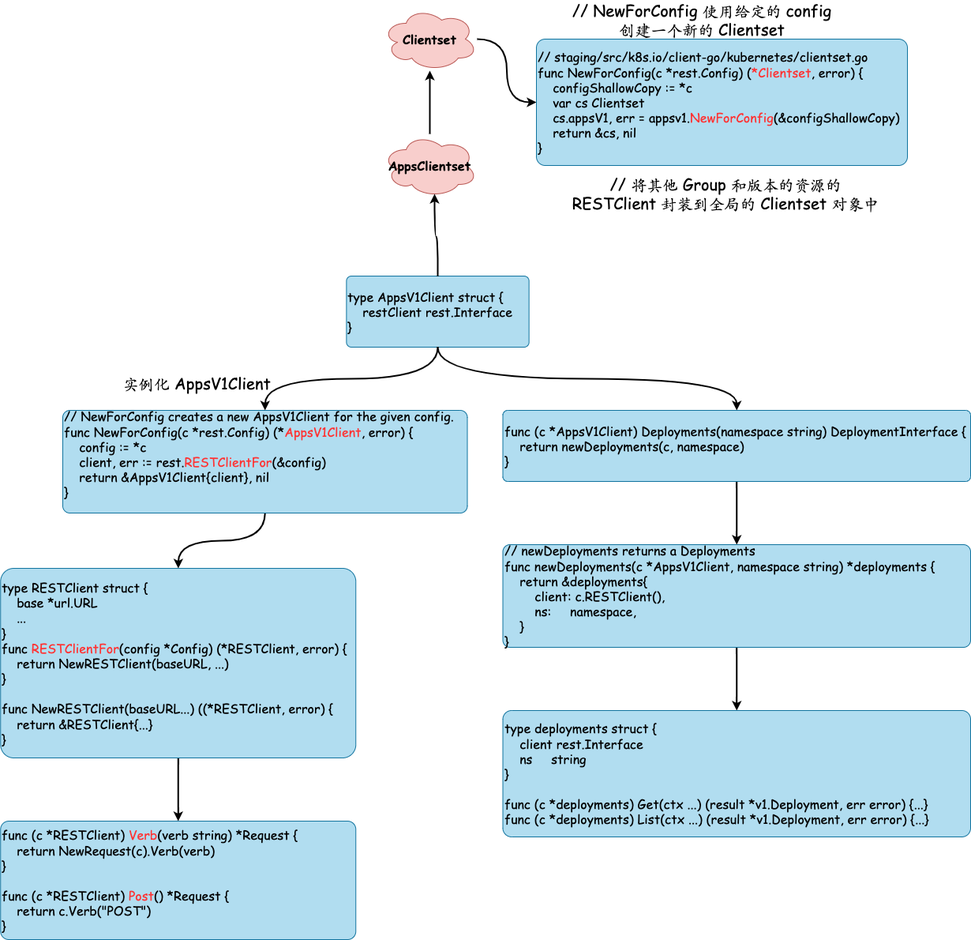
Above: book_sources/images/k8s-clientset-2.drawio.png in Git-Kyro/gitbook (draw.io), before the change. Source tidied: cells renumbered, new cells last; positions are measured from the earlier drawing's top-left corner, leaving out a move shared by most shapes.
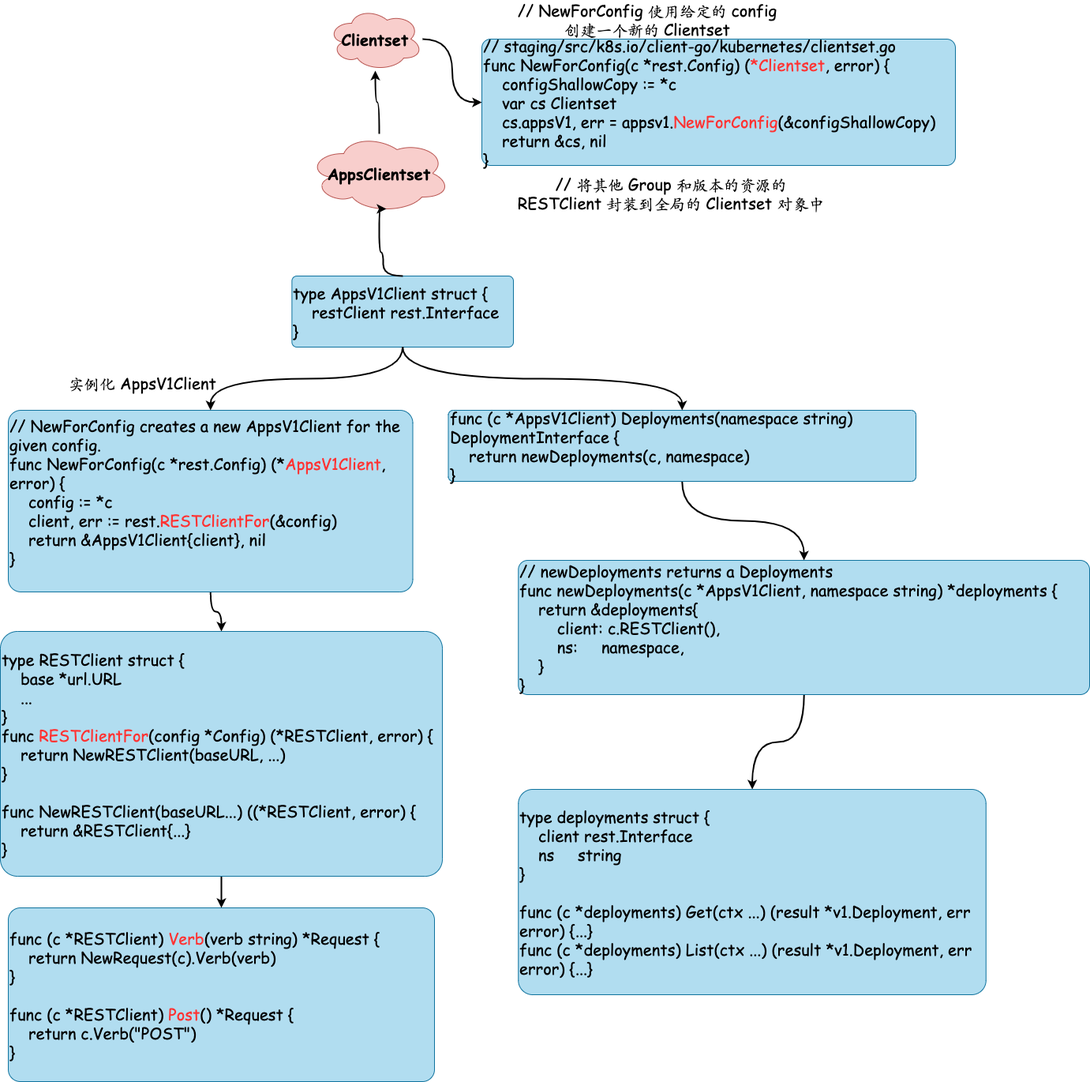
Later version of the same file.

What changed in the source:
```diff
@@ -7,4 +7,4 @@
     </mxCell>
-    <mxCell id="3" value="&lt;font size=&quot;1&quot;&gt;&lt;b style=&quot;font-size: 16px&quot;&gt;AppsClientset&lt;/b&gt;&lt;/font&gt;" style="ellipse;shape=cloud;whiteSpace=wrap;html=1;fontFamily=Comic Sans MS;align=center;fillColor=#f8cecc;strokeColor=#b85450;rounded=1;arcSize=7;" parent="1" vertex="1">
-      <mxGeometry x="484" y="160" width="120" height="80" as="geometry" />
+    <mxCell id="3" value="&lt;font size=&quot;1&quot;&gt;&lt;b style=&quot;font-size: 20px&quot;&gt;AppsClientset&lt;/b&gt;&lt;/font&gt;" style="ellipse;shape=cloud;whiteSpace=wrap;html=1;fontFamily=Comic Sans MS;align=center;fillColor=#f8cecc;strokeColor=#b85450;rounded=1;arcSize=7;" parent="1" vertex="1">
+      <mxGeometry x="459" y="160" width="180" height="100" as="geometry" />
     </mxCell>
@@ -16,7 +16,7 @@
     </mxCell>
-    <mxCell id="6" value="&lt;font size=&quot;1&quot;&gt;&lt;b style=&quot;font-size: 16px&quot;&gt;Clientset&lt;/b&gt;&lt;/font&gt;" style="ellipse;shape=cloud;whiteSpace=wrap;html=1;fontFamily=Comic Sans MS;align=center;fillColor=#f8cecc;strokeColor=#b85450;rounded=1;arcSize=7;" parent="1" vertex="1">
+    <mxCell id="6" value="&lt;font size=&quot;1&quot;&gt;&lt;b style=&quot;font-size: 20px&quot;&gt;Clientset&lt;/b&gt;&lt;/font&gt;" style="ellipse;shape=cloud;whiteSpace=wrap;html=1;fontFamily=Comic Sans MS;align=center;fillColor=#f8cecc;strokeColor=#b85450;rounded=1;arcSize=7;" parent="1" vertex="1">
       <mxGeometry x="484" width="120" height="80" as="geometry" />
     </mxCell>
-    <mxCell id="7" value="&lt;div style=&quot;font-size: 16px&quot;&gt;&lt;font style=&quot;font-size: 16px&quot;&gt;// staging/src/k8s.io/client-go/kubernetes/clientset.go&lt;/font&gt;&lt;/div&gt;&lt;div style=&quot;font-size: 16px&quot;&gt;&lt;font style=&quot;font-size: 16px&quot;&gt;func NewForConfig(c *rest.Config) (&lt;font color=&quot;#ff3333&quot; style=&quot;font-size: 16px&quot;&gt;*Clientset&lt;/font&gt;, error) {&lt;/font&gt;&lt;/div&gt;&lt;div style=&quot;font-size: 16px&quot;&gt;&lt;font style=&quot;font-size: 16px&quot;&gt;&amp;nbsp; &amp;nbsp; configShallowCopy := *c&lt;/font&gt;&lt;/div&gt;&lt;div style=&quot;font-size: 16px&quot;&gt;&lt;font style=&quot;font-size: 16px&quot;&gt;&amp;nbsp; &amp;nbsp; var cs Clientset&lt;/font&gt;&lt;/div&gt;&lt;div style=&quot;font-size: 16px&quot;&gt;&lt;font style=&quot;font-size: 16px&quot;&gt;&amp;nbsp; &amp;nbsp; cs.appsV1, err = appsv1.&lt;font color=&quot;#ff3333&quot; style=&quot;font-size: 16px&quot;&gt;NewForConfig&lt;/font&gt;(&amp;amp;configShallowCopy)&lt;/font&gt;&lt;/div&gt;&lt;div style=&quot;font-size: 16px&quot;&gt;&lt;font style=&quot;font-size: 16px&quot;&gt;&amp;nbsp; &amp;nbsp; return &amp;amp;cs, nil&lt;/font&gt;&lt;/div&gt;&lt;div style=&quot;font-size: 16px&quot;&gt;&lt;font style=&quot;font-size: 16px&quot;&gt;}&lt;/font&gt;&lt;/div&gt;" style="rounded=1;whiteSpace=wrap;html=1;fontFamily=Comic Sans MS;fillColor=#b1ddf0;strokeColor=#10739e;arcSize=7;align=left;" parent="1" vertex="1">
-      <mxGeometry x="679" y="40" width="470" height="160" as="geometry" />
+    <mxCell id="7" value="&lt;div style=&quot;font-size: 20px&quot;&gt;&lt;font style=&quot;font-size: 20px&quot;&gt;// staging/src/k8s.io/client-go/kubernetes/clientset.go&lt;/font&gt;&lt;/div&gt;&lt;div style=&quot;font-size: 20px&quot;&gt;&lt;font style=&quot;font-size: 20px&quot;&gt;func NewForConfig(c *rest.Config) (&lt;font color=&quot;#ff3333&quot; style=&quot;font-size: 20px&quot;&gt;*Clientset&lt;/font&gt;, error) {&lt;/font&gt;&lt;/div&gt;&lt;div style=&quot;font-size: 20px&quot;&gt;&lt;font style=&quot;font-size: 20px&quot;&gt;&amp;nbsp; &amp;nbsp; configShallowCopy := *c&lt;/font&gt;&lt;/div&gt;&lt;div style=&quot;font-size: 20px&quot;&gt;&lt;font style=&quot;font-size: 20px&quot;&gt;&amp;nbsp; &amp;nbsp; var cs Clientset&lt;/font&gt;&lt;/div&gt;&lt;div style=&quot;font-size: 20px&quot;&gt;&lt;font style=&quot;font-size: 20px&quot;&gt;&amp;nbsp; &amp;nbsp; cs.appsV1, err = appsv1.&lt;font color=&quot;#ff3333&quot; style=&quot;font-size: 20px&quot;&gt;NewForConfig&lt;/font&gt;(&amp;amp;configShallowCopy)&lt;/font&gt;&lt;/div&gt;&lt;div style=&quot;font-size: 20px&quot;&gt;&lt;font style=&quot;font-size: 20px&quot;&gt;&amp;nbsp; &amp;nbsp; return &amp;amp;cs, nil&lt;/font&gt;&lt;/div&gt;&lt;div style=&quot;font-size: 20px&quot;&gt;&lt;font style=&quot;font-size: 20px&quot;&gt;}&lt;/font&gt;&lt;/div&gt;" style="rounded=1;whiteSpace=wrap;html=1;fontFamily=Comic Sans MS;fillColor=#b1ddf0;strokeColor=#10739e;arcSize=7;align=left;" parent="1" vertex="1">
+      <mxGeometry x="679" y="40" width="600" height="160" as="geometry" />
     </mxCell>
@@ -25,4 +25,4 @@
     </mxCell>
-    <mxCell id="9" value="&lt;div style=&quot;font-size: 16px&quot;&gt;&lt;font style=&quot;font-size: 16px&quot;&gt;// NewForConfig creates a new AppsV1Client for the given config.&lt;/font&gt;&lt;/div&gt;&lt;div style=&quot;font-size: 16px&quot;&gt;&lt;font style=&quot;font-size: 16px&quot;&gt;func NewForConfig(c *rest.Config) (*&lt;font color=&quot;#ff3333&quot; style=&quot;font-size: 16px&quot;&gt;AppsV1Client&lt;/font&gt;, error) {&lt;/font&gt;&lt;/div&gt;&lt;div style=&quot;font-size: 16px&quot;&gt;&lt;font style=&quot;font-size: 16px&quot;&gt;&amp;nbsp; &amp;nbsp; config := *c&lt;/font&gt;&lt;/div&gt;&lt;div style=&quot;font-size: 16px&quot;&gt;&lt;font style=&quot;font-size: 16px&quot;&gt;&amp;nbsp; &amp;nbsp; client, err := rest.&lt;font color=&quot;#ff3333&quot; style=&quot;font-size: 16px&quot;&gt;RESTClientFor&lt;/font&gt;(&amp;amp;config)&lt;/font&gt;&lt;/div&gt;&lt;div style=&quot;font-size: 16px&quot;&gt;&lt;font style=&quot;font-size: 16px&quot;&gt;&amp;nbsp; &amp;nbsp; return &amp;amp;AppsV1Client{client}, nil&lt;/font&gt;&lt;/div&gt;&lt;div style=&quot;font-size: 16px&quot;&gt;&lt;font style=&quot;font-size: 16px&quot;&gt;}&lt;/font&gt;&lt;/div&gt;&lt;div style=&quot;font-size: 16px&quot;&gt;&lt;br&gt;&lt;/div&gt;" style="whiteSpace=wrap;html=1;fontFamily=Comic Sans MS;fillColor=#b1ddf0;strokeColor=#10739e;rounded=1;arcSize=7;align=left;" parent="1" vertex="1">
-      <mxGeometry x="79" y="510" width="512.5" height="130" as="geometry" />
+    <mxCell id="9" value="&lt;div style=&quot;font-size: 20px&quot;&gt;&lt;font style=&quot;font-size: 20px&quot;&gt;// NewForConfig creates a new AppsV1Client for the given config.&lt;/font&gt;&lt;/div&gt;&lt;div style=&quot;font-size: 20px&quot;&gt;&lt;font style=&quot;font-size: 20px&quot;&gt;func NewForConfig(c *rest.Config) (*&lt;font color=&quot;#ff3333&quot; style=&quot;font-size: 20px&quot;&gt;AppsV1Client&lt;/font&gt;, error) {&lt;/font&gt;&lt;/div&gt;&lt;div style=&quot;font-size: 20px&quot;&gt;&lt;font style=&quot;font-size: 20px&quot;&gt;&amp;nbsp; &amp;nbsp; config := *c&lt;/font&gt;&lt;/div&gt;&lt;div style=&quot;font-size: 20px&quot;&gt;&lt;font style=&quot;font-size: 20px&quot;&gt;&amp;nbsp; &amp;nbsp; client, err := rest.&lt;font color=&quot;#ff3333&quot; style=&quot;font-size: 20px&quot;&gt;RESTClientFor&lt;/font&gt;(&amp;amp;config)&lt;/font&gt;&lt;/div&gt;&lt;div style=&quot;font-size: 20px&quot;&gt;&lt;font style=&quot;font-size: 20px&quot;&gt;&amp;nbsp; &amp;nbsp; return &amp;amp;AppsV1Client{client}, nil&lt;/font&gt;&lt;/div&gt;&lt;div style=&quot;font-size: 20px&quot;&gt;&lt;font style=&quot;font-size: 20px&quot;&gt;}&lt;/font&gt;&lt;/div&gt;&lt;div style=&quot;font-size: 20px&quot;&gt;&lt;br&gt;&lt;/div&gt;" style="whiteSpace=wrap;html=1;fontFamily=Comic Sans MS;fillColor=#b1ddf0;strokeColor=#10739e;rounded=1;arcSize=7;align=left;" parent="1" vertex="1">
+      <mxGeometry x="79" y="510" width="512.5" height="230" as="geometry" />
     </mxCell>
@@ -31,4 +31,4 @@
     </mxCell>
-    <mxCell id="11" value="&lt;div&gt;&lt;div&gt;&lt;span style=&quot;font-size: 16px&quot;&gt;type RESTClient struct {&lt;/span&gt;&lt;/div&gt;&lt;div&gt;&lt;span style=&quot;font-size: 16px&quot;&gt;&amp;nbsp; &amp;nbsp; base *url.URL&lt;/span&gt;&lt;/div&gt;&lt;div&gt;&lt;span style=&quot;font-size: 16px&quot;&gt;&amp;nbsp; &amp;nbsp; ...&lt;/span&gt;&lt;/div&gt;&lt;div&gt;&lt;span style=&quot;font-size: 16px&quot;&gt;}&lt;/span&gt;&lt;/div&gt;&lt;div&gt;&lt;span style=&quot;font-size: 16px&quot;&gt;func &lt;font color=&quot;#ff3333&quot;&gt;RESTClientFor&lt;/font&gt;(config *Config) (*RESTClient, error) {&lt;/span&gt;&lt;/div&gt;&lt;div&gt;&lt;span style=&quot;font-size: 16px&quot;&gt;&amp;nbsp; &amp;nbsp; return NewRESTClient(baseURL, ...)&lt;/span&gt;&lt;/div&gt;&lt;div&gt;&lt;span style=&quot;font-size: 16px&quot;&gt;}&lt;/span&gt;&lt;/div&gt;&lt;div&gt;&lt;span style=&quot;font-size: 16px&quot;&gt;&lt;br&gt;&lt;/span&gt;&lt;/div&gt;&lt;div&gt;&lt;span style=&quot;font-size: 16px&quot;&gt;func NewRESTClient(baseURL...) ((*RESTClient, error) {&lt;/span&gt;&lt;/div&gt;&lt;div&gt;&lt;span style=&quot;font-size: 16px&quot;&gt;&amp;nbsp; &amp;nbsp; return &amp;amp;RESTClient{...}&lt;/span&gt;&lt;/div&gt;&lt;div&gt;&lt;span style=&quot;font-size: 16px&quot;&gt;}&lt;/span&gt;&lt;/div&gt;&lt;/div&gt;" style="whiteSpace=wrap;html=1;fontFamily=Comic Sans MS;fillColor=#b1ddf0;strokeColor=#10739e;rounded=1;arcSize=7;align=left;" parent="1" vertex="1">
-      <mxGeometry x="0.2" y="710" width="450" height="240" as="geometry" />
+    <mxCell id="11" value="&lt;div style=&quot;font-size: 20px&quot;&gt;&lt;div&gt;&lt;span&gt;type RESTClient struct {&lt;/span&gt;&lt;/div&gt;&lt;div&gt;&lt;span&gt;&amp;nbsp; &amp;nbsp; base *url.URL&lt;/span&gt;&lt;/div&gt;&lt;div&gt;&lt;span&gt;&amp;nbsp; &amp;nbsp; ...&lt;/span&gt;&lt;/div&gt;&lt;div&gt;&lt;span&gt;}&lt;/span&gt;&lt;/div&gt;&lt;div&gt;&lt;span&gt;func &lt;font color=&quot;#ff3333&quot; style=&quot;font-size: 20px&quot;&gt;RESTClientFor&lt;/font&gt;(config *Config) (*RESTClient, error) {&lt;/span&gt;&lt;/div&gt;&lt;div&gt;&lt;span&gt;&amp;nbsp; &amp;nbsp; return NewRESTClient(baseURL, ...)&lt;/span&gt;&lt;/div&gt;&lt;div&gt;&lt;span&gt;}&lt;/span&gt;&lt;/div&gt;&lt;div&gt;&lt;span&gt;&lt;br&gt;&lt;/span&gt;&lt;/div&gt;&lt;div&gt;&lt;span&gt;func NewRESTClient(baseURL...) ((*RESTClient, error) {&lt;/span&gt;&lt;/div&gt;&lt;div&gt;&lt;span&gt;&amp;nbsp; &amp;nbsp; return &amp;amp;RESTClient{...}&lt;/span&gt;&lt;/div&gt;&lt;div&gt;&lt;span&gt;}&lt;/span&gt;&lt;/div&gt;&lt;/div&gt;" style="whiteSpace=wrap;html=1;fontFamily=Comic Sans MS;fillColor=#b1ddf0;strokeColor=#10739e;rounded=1;arcSize=7;align=left;" parent="1" vertex="1">
+      <mxGeometry x="69" y="790" width="560" height="310" as="geometry" />
     </mxCell>
@@ -40,10 +40,10 @@
     </mxCell>
-    <mxCell id="14" value="&lt;div style=&quot;font-size: 16px&quot;&gt;&lt;div&gt;func (c *AppsV1Client) Deployments(namespace string) DeploymentInterface {&lt;/div&gt;&lt;div&gt;&amp;nbsp; &amp;nbsp; return newDeployments(c, namespace)&lt;/div&gt;&lt;div&gt;}&lt;/div&gt;&lt;/div&gt;" style="whiteSpace=wrap;html=1;fontFamily=Comic Sans MS;fillColor=#b1ddf0;strokeColor=#10739e;rounded=1;arcSize=7;align=left;" parent="1" vertex="1">
+    <mxCell id="14" value="&lt;div style=&quot;font-size: 20px&quot;&gt;&lt;div&gt;func (c *AppsV1Client) Deployments(namespace string) DeploymentInterface {&lt;/div&gt;&lt;div&gt;&amp;nbsp; &amp;nbsp; return newDeployments(c, namespace)&lt;/div&gt;&lt;div&gt;}&lt;/div&gt;&lt;/div&gt;" style="whiteSpace=wrap;html=1;fontFamily=Comic Sans MS;fillColor=#b1ddf0;strokeColor=#10739e;rounded=1;arcSize=7;align=left;" parent="1" vertex="1">
       <mxGeometry x="636.5" y="510" width="592.5" height="90" as="geometry" />
     </mxCell>
-    <mxCell id="15" value="&lt;div&gt;&lt;span style=&quot;font-size: 16px&quot;&gt;func (c *RESTClient) &lt;font color=&quot;#ff3333&quot;&gt;Verb&lt;/font&gt;(verb string) *Request {&lt;/span&gt;&lt;/div&gt;&lt;div&gt;&lt;span style=&quot;font-size: 16px&quot;&gt;&amp;nbsp; &amp;nbsp; return NewRequest(c).Verb(verb)&lt;/span&gt;&lt;/div&gt;&lt;div&gt;&lt;span style=&quot;font-size: 16px&quot;&gt;}&lt;/span&gt;&lt;/div&gt;&lt;div&gt;&lt;span style=&quot;font-size: 16px&quot;&gt;&lt;br&gt;&lt;/span&gt;&lt;/div&gt;&lt;div&gt;&lt;span style=&quot;font-size: 16px&quot;&gt;func (c *RESTClient) &lt;font color=&quot;#ff3333&quot;&gt;Post&lt;/font&gt;() *Request {&lt;/span&gt;&lt;/div&gt;&lt;div&gt;&lt;span style=&quot;font-size: 16px&quot;&gt;&amp;nbsp; &amp;nbsp; return c.Verb(&quot;POST&quot;)&lt;/span&gt;&lt;/div&gt;&lt;div&gt;&lt;span style=&quot;font-size: 16px&quot;&gt;}&lt;/span&gt;&lt;/div&gt;" style="whiteSpace=wrap;html=1;fontFamily=Comic Sans MS;fillColor=#b1ddf0;strokeColor=#10739e;rounded=1;arcSize=7;align=left;" parent="1" vertex="1">
-      <mxGeometry x="0.2" y="1030" width="450" height="150" as="geometry" />
+    <mxCell id="15" value="&lt;div style=&quot;font-size: 20px&quot;&gt;&lt;font style=&quot;font-size: 20px&quot;&gt;func (c *RESTClient) &lt;font color=&quot;#ff3333&quot; style=&quot;font-size: 20px&quot;&gt;Verb&lt;/font&gt;(verb string) *Request {&lt;/font&gt;&lt;/div&gt;&lt;div style=&quot;font-size: 20px&quot;&gt;&lt;font style=&quot;font-size: 20px&quot;&gt;&amp;nbsp; &amp;nbsp; return NewRequest(c).Verb(verb)&lt;/font&gt;&lt;/div&gt;&lt;div style=&quot;font-size: 20px&quot;&gt;&lt;font style=&quot;font-size: 20px&quot;&gt;}&lt;/font&gt;&lt;/div&gt;&lt;div style=&quot;font-size: 20px&quot;&gt;&lt;font style=&quot;font-size: 20px&quot;&gt;&lt;br&gt;&lt;/font&gt;&lt;/div&gt;&lt;div style=&quot;font-size: 20px&quot;&gt;&lt;font style=&quot;font-size: 20px&quot;&gt;func (c *RESTClient) &lt;font color=&quot;#ff3333&quot; style=&quot;font-size: 20px&quot;&gt;Post&lt;/font&gt;() *Request {&lt;/font&gt;&lt;/div&gt;&lt;div style=&quot;font-size: 20px&quot;&gt;&lt;font style=&quot;font-size: 20px&quot;&gt;&amp;nbsp; &amp;nbsp; return c.Verb(&quot;POST&quot;)&lt;/font&gt;&lt;/div&gt;&lt;div style=&quot;font-size: 20px&quot;&gt;&lt;font style=&quot;font-size: 20px&quot;&gt;}&lt;/font&gt;&lt;/div&gt;" style="whiteSpace=wrap;html=1;fontFamily=Comic Sans MS;fillColor=#b1ddf0;strokeColor=#10739e;rounded=1;arcSize=7;align=left;" parent="1" vertex="1">
+      <mxGeometry x="79" y="1140" width="540" height="220" as="geometry" />
     </mxCell>
-    <mxCell id="16" value="&lt;div style=&quot;font-size: 16px&quot;&gt;&lt;div&gt;type AppsV1Client struct {&lt;/div&gt;&lt;div&gt;&amp;nbsp; &amp;nbsp; restClient rest.Interface&lt;/div&gt;&lt;div&gt;}&lt;/div&gt;&lt;/div&gt;" style="whiteSpace=wrap;html=1;fontFamily=Comic Sans MS;fillColor=#b1ddf0;strokeColor=#10739e;rounded=1;arcSize=7;align=left;" parent="1" vertex="1">
-      <mxGeometry x="438.4" y="340" width="231.2" height="90" as="geometry" />
+    <mxCell id="16" value="&lt;div style=&quot;font-size: 20px&quot;&gt;&lt;div&gt;type AppsV1Client struct {&lt;/div&gt;&lt;div&gt;&amp;nbsp; &amp;nbsp; restClient rest.Interface&lt;/div&gt;&lt;div&gt;}&lt;/div&gt;&lt;/div&gt;" style="whiteSpace=wrap;html=1;fontFamily=Comic Sans MS;fillColor=#b1ddf0;strokeColor=#10739e;rounded=1;arcSize=7;align=left;" parent="1" vertex="1">
+      <mxGeometry x="438.4" y="340" width="280.6" height="90" as="geometry" />
     </mxCell>
@@ -52,4 +52,5 @@
         <Array as="points">
-          <mxPoint x="554" y="290" />
-          <mxPoint x="550" y="290" />
+          <mxPoint x="554" y="310" />
+          <mxPoint x="549" y="310" />
+          <mxPoint x="549" y="255" />
         </Array>
@@ -66,7 +67,7 @@
     </mxCell>
-    <mxCell id="21" value="&lt;div&gt;&lt;div&gt;&lt;span style=&quot;font-size: 16px&quot;&gt;// newDeployments returns a Deployments&lt;/span&gt;&lt;/div&gt;&lt;div&gt;&lt;span style=&quot;font-size: 16px&quot;&gt;func newDeployments(c *AppsV1Client, namespace string) *deployments {&lt;/span&gt;&lt;/div&gt;&lt;div&gt;&lt;span style=&quot;font-size: 16px&quot;&gt;&amp;nbsp; &amp;nbsp; return &amp;amp;deployments{&lt;/span&gt;&lt;/div&gt;&lt;div&gt;&lt;span style=&quot;font-size: 16px&quot;&gt;&amp;nbsp; &amp;nbsp; &amp;nbsp; &amp;nbsp; client: c.RESTClient(),&lt;/span&gt;&lt;/div&gt;&lt;div&gt;&lt;span style=&quot;font-size: 16px&quot;&gt;&amp;nbsp; &amp;nbsp; &amp;nbsp; &amp;nbsp; ns:&amp;nbsp; &amp;nbsp; &amp;nbsp;namespace,&lt;/span&gt;&lt;/div&gt;&lt;div&gt;&lt;span style=&quot;font-size: 16px&quot;&gt;&amp;nbsp; &amp;nbsp; }&lt;/span&gt;&lt;/div&gt;&lt;div&gt;&lt;span style=&quot;font-size: 16px&quot;&gt;}&lt;/span&gt;&lt;/div&gt;&lt;/div&gt;" style="whiteSpace=wrap;html=1;fontFamily=Comic Sans MS;fillColor=#b1ddf0;strokeColor=#10739e;rounded=1;arcSize=7;align=left;" parent="1" vertex="1">
-      <mxGeometry x="636.5" y="680" width="592.5" height="130" as="geometry" />
+    <mxCell id="21" value="&lt;div style=&quot;font-size: 20px&quot;&gt;&lt;div&gt;&lt;span&gt;// newDeployments returns a Deployments&lt;/span&gt;&lt;/div&gt;&lt;div&gt;&lt;span&gt;func newDeployments(c *AppsV1Client, namespace string) *deployments {&lt;/span&gt;&lt;/div&gt;&lt;div&gt;&lt;span&gt;&amp;nbsp; &amp;nbsp; return &amp;amp;deployments{&lt;/span&gt;&lt;/div&gt;&lt;div&gt;&lt;span&gt;&amp;nbsp; &amp;nbsp; &amp;nbsp; &amp;nbsp; client: c.RESTClient(),&lt;/span&gt;&lt;/div&gt;&lt;div&gt;&lt;span&gt;&amp;nbsp; &amp;nbsp; &amp;nbsp; &amp;nbsp; ns:&amp;nbsp; &amp;nbsp; &amp;nbsp;namespace,&lt;/span&gt;&lt;/div&gt;&lt;div&gt;&lt;span&gt;&amp;nbsp; &amp;nbsp; }&lt;/span&gt;&lt;/div&gt;&lt;div&gt;&lt;span&gt;}&lt;/span&gt;&lt;/div&gt;&lt;/div&gt;" style="whiteSpace=wrap;html=1;fontFamily=Comic Sans MS;fillColor=#b1ddf0;strokeColor=#10739e;rounded=1;arcSize=7;align=left;" parent="1" vertex="1">
+      <mxGeometry x="725.2" y="700" width="723.8" height="170" as="geometry" />
     </mxCell>
-    <mxCell id="22" value="&lt;div&gt;&lt;span style=&quot;font-size: 16px&quot;&gt;type deployments struct {&lt;/span&gt;&lt;/div&gt;&lt;div&gt;&lt;span style=&quot;font-size: 16px&quot;&gt;&amp;nbsp; &amp;nbsp; client rest.Interface&lt;/span&gt;&lt;/div&gt;&lt;div&gt;&lt;span style=&quot;font-size: 16px&quot;&gt;&amp;nbsp; &amp;nbsp; ns&amp;nbsp; &amp;nbsp; &amp;nbsp;string&lt;/span&gt;&lt;/div&gt;&lt;div&gt;&lt;span style=&quot;font-size: 16px&quot;&gt;}&lt;/span&gt;&lt;/div&gt;&lt;div&gt;&lt;span style=&quot;font-size: 16px&quot;&gt;&lt;br&gt;&lt;/span&gt;&lt;/div&gt;&lt;div&gt;&lt;span style=&quot;font-size: 16px&quot;&gt;func (c *deployments) Get(ctx ...) (result *v1.Deployment, err error) {...}&lt;/span&gt;&lt;/div&gt;&lt;div&gt;&lt;span style=&quot;font-size: 16px&quot;&gt;func (c *deployments) List(ctx ...) (result *v1.Deployment, err error) {...}&lt;/span&gt;&lt;/div&gt;" style="whiteSpace=wrap;html=1;fontFamily=Comic Sans MS;fillColor=#b1ddf0;strokeColor=#10739e;rounded=1;arcSize=7;align=left;" parent="1" vertex="1">
-      <mxGeometry x="636.5" y="890" width="592.5" height="160" as="geometry" />
+    <mxCell id="22" value="&lt;div style=&quot;font-size: 20px&quot;&gt;&lt;font style=&quot;font-size: 20px&quot;&gt;type deployments struct {&lt;/font&gt;&lt;/div&gt;&lt;div style=&quot;font-size: 20px&quot;&gt;&lt;font style=&quot;font-size: 20px&quot;&gt;&amp;nbsp; &amp;nbsp; client rest.Interface&lt;/font&gt;&lt;/div&gt;&lt;div style=&quot;font-size: 20px&quot;&gt;&lt;font style=&quot;font-size: 20px&quot;&gt;&amp;nbsp; &amp;nbsp; ns&amp;nbsp; &amp;nbsp; &amp;nbsp;string&lt;/font&gt;&lt;/div&gt;&lt;div style=&quot;font-size: 20px&quot;&gt;&lt;font style=&quot;font-size: 20px&quot;&gt;}&lt;/font&gt;&lt;/div&gt;&lt;div style=&quot;font-size: 20px&quot;&gt;&lt;font style=&quot;font-size: 20px&quot;&gt;&lt;br&gt;&lt;/font&gt;&lt;/div&gt;&lt;div style=&quot;font-size: 20px&quot;&gt;&lt;font style=&quot;font-size: 20px&quot;&gt;func (c *deployments) Get(ctx ...) (result *v1.Deployment, err error) {...}&lt;/font&gt;&lt;/div&gt;&lt;div style=&quot;font-size: 20px&quot;&gt;&lt;font style=&quot;font-size: 20px&quot;&gt;func (c *deployments) List(ctx ...) (result *v1.Deployment, err error) {...}&lt;/font&gt;&lt;/div&gt;" style="whiteSpace=wrap;html=1;fontFamily=Comic Sans MS;fillColor=#b1ddf0;strokeColor=#10739e;rounded=1;arcSize=7;align=left;" parent="1" vertex="1">
+      <mxGeometry x="725.2" y="990" width="592.5" height="260" as="geometry" />
     </mxCell>
```
